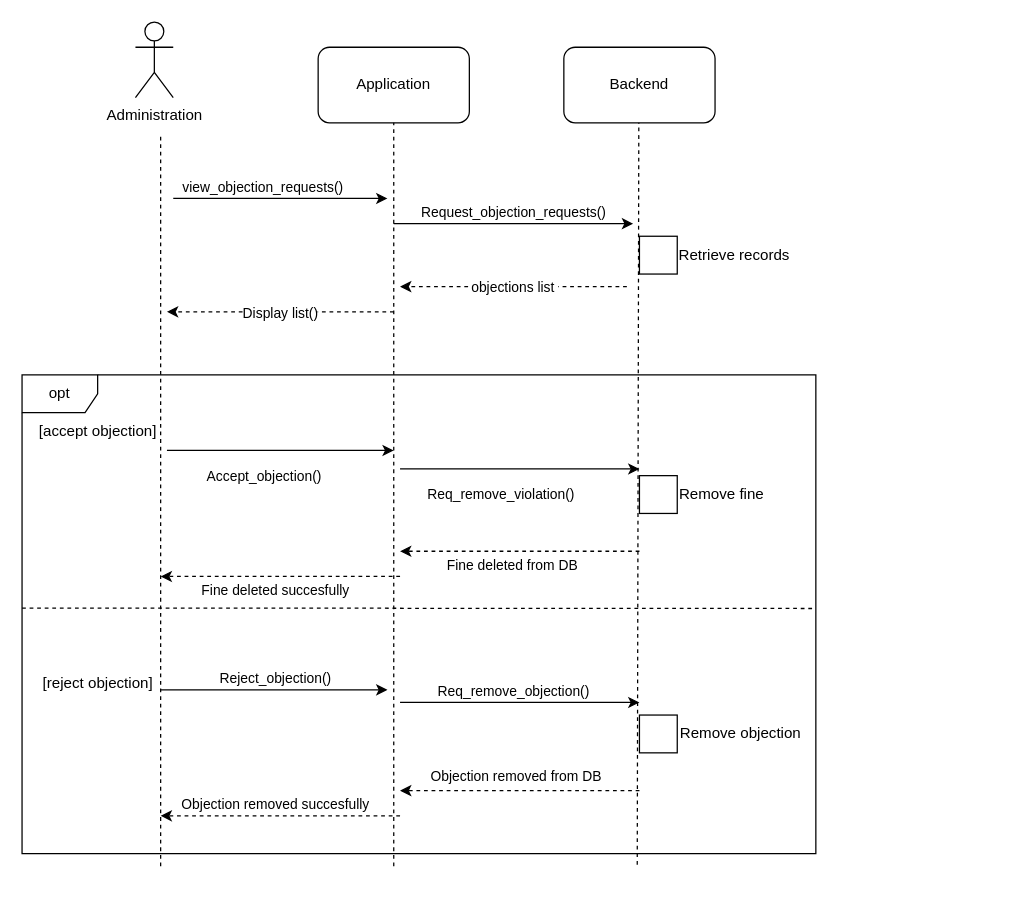
Before: page "Objection management" (6 of 7) of Untitled Diagram.drawio in sarraGhali/Drone-parking-system, a draw.io diagram. Source tidied: cells renumbered, new cells numbered last; positions are measured from the earlier drawing's top-left corner, leaving out a move shared by most shapes. Both pictures are drawn from the tidied source at 126%, with x=0, y=0 at pixel (21, 21).
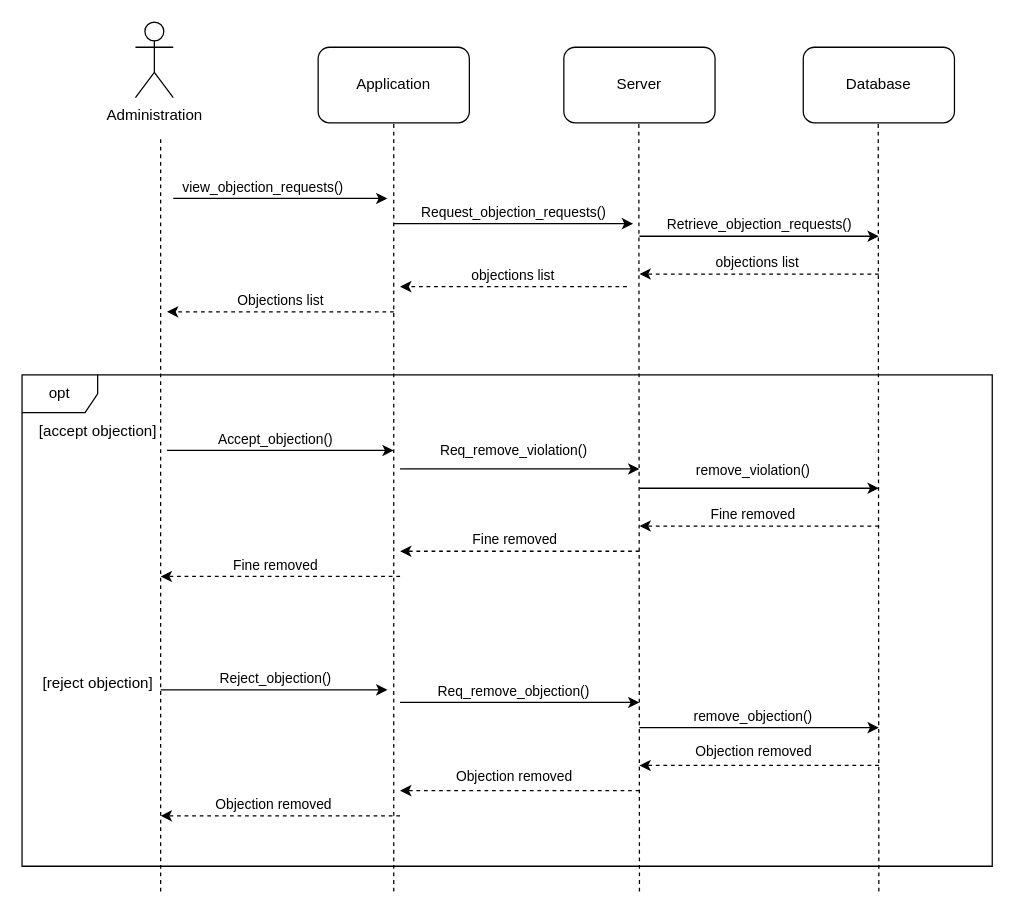
After the change.

Unchanged cells that the change refers to:
```xml
<mxCell id="14" style="endArrow=classic;html=1;rounded=0;dashed=1;" parent="1" edge="1">
  <mxGeometry relative="1" as="geometry">
    <mxPoint x="480" y="210" as="sourcePoint" />
    <mxPoint x="300" y="210" as="targetPoint" />
    <Array as="points">
      <mxPoint x="400" y="210" />
    </Array>
  </mxGeometry>
</mxCell>
<mxCell id="16" style="endArrow=classic;html=1;rounded=0;dashed=1;" parent="1" edge="1">
  <mxGeometry relative="1" as="geometry">
    <mxPoint x="295" y="230" as="sourcePoint" />
    <mxPoint x="115" y="230" as="targetPoint" />
    <Array as="points">
      <mxPoint x="205" y="230" />
    </Array>
  </mxGeometry>
</mxCell>
<mxCell id="22" style="endArrow=classic;html=1;rounded=0;" parent="1" edge="1">
  <mxGeometry relative="1" as="geometry">
    <mxPoint x="115" y="340" as="sourcePoint" />
    <mxPoint x="295" y="340" as="targetPoint" />
  </mxGeometry>
</mxCell>
<mxCell id="24" style="endArrow=classic;html=1;rounded=0;" parent="1" edge="1">
  <mxGeometry relative="1" as="geometry">
    <mxPoint x="300" y="354.7" as="sourcePoint" />
    <mxPoint x="490" y="354.7" as="targetPoint" />
  </mxGeometry>
</mxCell>
<mxCell id="28" style="endArrow=classic;html=1;rounded=0;dashed=1;" parent="1" edge="1">
  <mxGeometry relative="1" as="geometry">
    <mxPoint x="490" y="420" as="sourcePoint" />
    <mxPoint x="300" y="420" as="targetPoint" />
  </mxGeometry>
</mxCell>
<mxCell id="30" style="endArrow=classic;html=1;rounded=0;dashed=1;" parent="1" edge="1">
  <mxGeometry relative="1" as="geometry">
    <mxPoint x="300" y="440" as="sourcePoint" />
    <mxPoint x="110" y="440" as="targetPoint" />
  </mxGeometry>
</mxCell>
<mxCell id="39" style="endArrow=classic;html=1;rounded=0;dashed=1;" parent="1" edge="1">
  <mxGeometry relative="1" as="geometry">
    <mxPoint x="300" y="630" as="sourcePoint" />
    <mxPoint x="110" y="630" as="targetPoint" />
  </mxGeometry>
</mxCell>
```

What changed in the source:
```diff
@@
-    <mxCell id="3" value="Backend" style="rounded=1;whiteSpace=wrap;html=1;" parent="1" vertex="1">
+    <mxCell id="3" value="Server" style="rounded=1;whiteSpace=wrap;html=1;" parent="1" vertex="1">
       <mxGeometry x="430" y="20" width="120" height="60" as="geometry" />
     </mxCell>
     <mxCell id="4" style="endArrow=none;dashed=1;html=1;rounded=0;" parent="1" edge="1">
       <mxGeometry relative="1" as="geometry">
-        <mxPoint x="110" y="670" as="sourcePoint" />
+        <mxPoint x="110" y="690" as="sourcePoint" />
         <mxPoint x="110" y="90" as="targetPoint" />
       </mxGeometry>
     </mxCell>
@@
     <mxCell id="6" style="endArrow=none;dashed=1;html=1;rounded=0;" parent="1" edge="1">
       <mxGeometry relative="1" as="geometry">
-        <mxPoint x="295" y="670" as="sourcePoint" />
+        <mxPoint x="295" y="690" as="sourcePoint" />
         <mxPoint x="295" y="80" as="targetPoint" />
       </mxGeometry>
     </mxCell>
-    <mxCell id="7" style="endArrow=none;dashed=1;html=1;rounded=0;exitX=0.775;exitY=1.023;exitDx=0;exitDy=0;exitPerimeter=0;" parent="1" edge="1" source="18">
+    <mxCell id="7" style="endArrow=none;dashed=1;html=1;rounded=0;" parent="1" edge="1">
       <mxGeometry relative="1" as="geometry">
+        <mxPoint x="490" y="690" as="sourcePoint" />
         <mxPoint x="489.5" y="80" as="targetPoint" />
       </mxGeometry>
     </mxCell>
@@
-    <mxCell id="12" style="rounded=0;whiteSpace=wrap;html=1;fontSize=12;" parent="1" vertex="1">
-      <mxGeometry x="490" y="170" width="30" height="30" as="geometry" />
-    </mxCell>
-    <mxCell id="13" value="Retrieve records" style="text;html=1;align=center;verticalAlign=middle;strokeColor=none;fillColor=none;fontSize=12;" parent="1" vertex="1">
-      <mxGeometry x="510" y="170" width="110" height="30" as="geometry" />
-    </mxCell>
@@
     <mxCell id="15" value="objections list&amp;nbsp;" style="edgeLabel;html=1;align=center;verticalAlign=middle;" parent="14" vertex="1">
       <mxGeometry x="0.09" relative="1" as="geometry">
-        <mxPoint x="8" as="offset" />
+        <mxPoint x="8" y="-10" as="offset" />
       </mxGeometry>
     </mxCell>
@@
-    <mxCell id="17" value="Display list()" style="edgeLabel;html=1;align=center;verticalAlign=middle;" parent="16" vertex="1">
-      <mxGeometry x="0.01" relative="1" as="geometry" />
+    <mxCell id="17" value="Objections list" style="edgeLabel;html=1;align=center;verticalAlign=middle;" parent="16" vertex="1">
+      <mxGeometry x="0.01" relative="1" as="geometry">
+        <mxPoint y="-10" as="offset" />
+      </mxGeometry>
     </mxCell>
     <mxCell id="18" value="opt" style="shape=umlFrame;whiteSpace=wrap;html=1;fontSize=12;" parent="1" vertex="1">
-      <mxGeometry y="280" width="630" height="380" as="geometry" />
+      <mxGeometry y="280" width="770" height="390" as="geometry" />
     </mxCell>
-    <mxCell id="19" style="endArrow=none;dashed=1;html=1;rounded=0;exitX=0;exitY=0.487;exitDx=0;exitDy=0;exitPerimeter=0;entryX=1;entryY=0.488;entryDx=0;entryDy=0;entryPerimeter=0;" parent="1" edge="1" source="18" target="18">
-      <mxGeometry relative="1" as="geometry" />
-    </mxCell>
@@
     <mxCell id="23" value="Accept_objection()" style="edgeLabel;html=1;align=center;verticalAlign=middle;" parent="22" vertex="1">
       <mxGeometry x="-0.29" y="-2" relative="1" as="geometry">
-        <mxPoint x="12" y="18" as="offset" />
+        <mxPoint x="21" y="-12" as="offset" />
       </mxGeometry>
     </mxCell>
@@
     <mxCell id="25" value="Req_remove_violation()" style="edgeLabel;html=1;align=center;verticalAlign=middle;" parent="24" vertex="1">
       <mxGeometry x="-0.29" y="-2" relative="1" as="geometry">
-        <mxPoint x="12" y="18" as="offset" />
+        <mxPoint x="22" y="-17" as="offset" />
       </mxGeometry>
     </mxCell>
-    <mxCell id="26" style="rounded=0;whiteSpace=wrap;html=1;fontSize=12;" parent="1" vertex="1">
-      <mxGeometry x="490" y="360" width="30" height="30" as="geometry" />
-    </mxCell>
-    <mxCell id="27" value="Remove fine" style="text;html=1;align=center;verticalAlign=middle;strokeColor=none;fillColor=none;fontSize=12;" parent="1" vertex="1">
-      <mxGeometry x="510" y="360" width="90" height="30" as="geometry" />
-    </mxCell>
@@
-    <mxCell id="29" value="Fine deleted from DB" style="edgeLabel;html=1;align=center;verticalAlign=middle;" parent="28" vertex="1">
-      <mxGeometry x="0.07" relative="1" as="geometry">
-        <mxPoint y="10" as="offset" />
-      </mxGeometry>
-    </mxCell>
@@
-    <mxCell id="31" value="Fine deleted succesfully" style="edgeLabel;html=1;align=center;verticalAlign=middle;" parent="30" vertex="1">
-      <mxGeometry x="0.29" y="2" relative="1" as="geometry">
-        <mxPoint x="23" y="8" as="offset" />
-      </mxGeometry>
-    </mxCell>
@@
-    <mxCell id="36" style="rounded=0;whiteSpace=wrap;html=1;fontSize=12;" parent="1" vertex="1">
-      <mxGeometry x="490" y="550" width="30" height="30" as="geometry" />
-    </mxCell>
-    <mxCell id="37" value="Remove objection" style="text;html=1;align=center;verticalAlign=middle;strokeColor=none;fillColor=none;fontSize=12;" parent="1" vertex="1">
-      <mxGeometry x="510" y="550" width="120" height="30" as="geometry" />
-    </mxCell>
@@
-    <mxCell id="40" value="Objection removed succesfully" style="edgeLabel;html=1;align=center;verticalAlign=middle;" parent="39" vertex="1">
+    <mxCell id="40" value="Objection removed&amp;nbsp;" style="edgeLabel;html=1;align=center;verticalAlign=middle;" parent="39" vertex="1">
       <mxGeometry x="0.29" y="2" relative="1" as="geometry">
         <mxPoint x="23" y="-12" as="offset" />
       </mxGeometry>
     </mxCell>
-    <mxCell id="41" value="Objection removed from DB" style="edgeLabel;html=1;align=center;verticalAlign=middle;" parent="1" vertex="1">
+    <mxCell id="41" value="Objection removed&amp;nbsp;" style="edgeLabel;html=1;align=center;verticalAlign=middle;" parent="1" vertex="1">
       <mxGeometry x="390" y="630" as="geometry">
         <mxPoint x="1" y="-32" as="offset" />
       </mxGeometry>
     </mxCell>
+    <mxCell id="42" value="Database" style="rounded=1;whiteSpace=wrap;html=1;" parent="1" vertex="1">
+      <mxGeometry x="620" y="20" width="120" height="60" as="geometry" />
+    </mxCell>
+    <mxCell id="43" style="endArrow=none;dashed=1;html=1;rounded=0;" parent="1" edge="1">
+      <mxGeometry relative="1" as="geometry">
+        <mxPoint x="680" y="690" as="sourcePoint" />
+        <mxPoint x="679.5" y="80" as="targetPoint" />
+      </mxGeometry>
+    </mxCell>
+    <mxCell id="44" style="endArrow=classic;html=1;rounded=0;" parent="1" edge="1">
+      <mxGeometry relative="1" as="geometry">
+        <mxPoint x="490" y="170" as="sourcePoint" />
+        <mxPoint x="680" y="170" as="targetPoint" />
+      </mxGeometry>
+    </mxCell>
+    <mxCell id="45" value="Retrieve_objection_requests()" style="edgeLabel;html=1;align=center;verticalAlign=middle;" parent="44" vertex="1">
+      <mxGeometry x="-0.27" y="1" relative="1" as="geometry">
+        <mxPoint x="25" y="-9" as="offset" />
+      </mxGeometry>
+    </mxCell>
+    <mxCell id="46" style="endArrow=classic;html=1;rounded=0;dashed=1;" parent="1" edge="1">
+      <mxGeometry relative="1" as="geometry">
+        <mxPoint x="680" y="200" as="sourcePoint" />
+        <mxPoint x="490" y="200" as="targetPoint" />
+        <Array as="points">
+          <mxPoint x="600" y="200" />
+        </Array>
+      </mxGeometry>
+    </mxCell>
+    <mxCell id="47" value="objections list&amp;nbsp;" style="edgeLabel;html=1;align=center;verticalAlign=middle;" parent="46" vertex="1">
+      <mxGeometry x="0.09" relative="1" as="geometry">
+        <mxPoint x="8" y="-10" as="offset" />
+      </mxGeometry>
+    </mxCell>
+    <mxCell id="48" style="endArrow=classic;html=1;rounded=0;" parent="1" edge="1">
+      <mxGeometry relative="1" as="geometry">
+        <mxPoint x="490" y="370" as="sourcePoint" />
+        <mxPoint x="680" y="370" as="targetPoint" />
+      </mxGeometry>
+    </mxCell>
+    <mxCell id="49" value="remove_violation()" style="edgeLabel;html=1;align=center;verticalAlign=middle;" parent="48" vertex="1">
+      <mxGeometry x="-0.29" y="-2" relative="1" as="geometry">
+        <mxPoint x="22" y="-17" as="offset" />
+      </mxGeometry>
+    </mxCell>
+    <mxCell id="50" style="endArrow=classic;html=1;rounded=0;dashed=1;" parent="1" edge="1">
+      <mxGeometry relative="1" as="geometry">
+        <mxPoint x="680" y="400" as="sourcePoint" />
+        <mxPoint x="490" y="400" as="targetPoint" />
+      </mxGeometry>
+    </mxCell>
+    <mxCell id="51" value="Fine removed" style="edgeLabel;html=1;align=center;verticalAlign=middle;" parent="50" vertex="1">
+      <mxGeometry x="0.07" relative="1" as="geometry">
+        <mxPoint x="1" y="-10" as="offset" />
+      </mxGeometry>
+    </mxCell>
+    <mxCell id="52" value="Fine removed" style="edgeLabel;html=1;align=center;verticalAlign=middle;" parent="1" vertex="1">
+      <mxGeometry x="200" y="430" as="geometry" />
+    </mxCell>
+    <mxCell id="53" value="Fine removed" style="edgeLabel;html=1;align=center;verticalAlign=middle;" parent="1" vertex="1">
+      <mxGeometry x="390" y="410" as="geometry" />
+    </mxCell>
+    <mxCell id="54" style="endArrow=classic;html=1;rounded=0;" parent="1" edge="1">
+      <mxGeometry relative="1" as="geometry">
+        <mxPoint x="490" y="560" as="sourcePoint" />
+        <mxPoint x="680" y="560" as="targetPoint" />
+      </mxGeometry>
+    </mxCell>
+    <mxCell id="55" value="remove_objection()" style="edgeLabel;html=1;align=center;verticalAlign=middle;" parent="54" vertex="1">
+      <mxGeometry x="-0.29" y="-2" relative="1" as="geometry">
+        <mxPoint x="22" y="-12" as="offset" />
+      </mxGeometry>
+    </mxCell>
+    <mxCell id="56" style="endArrow=classic;html=1;rounded=0;dashed=1;" parent="1" edge="1">
+      <mxGeometry relative="1" as="geometry">
+        <mxPoint x="680" y="590" as="sourcePoint" />
+        <mxPoint x="490" y="590" as="targetPoint" />
+      </mxGeometry>
+    </mxCell>
+    <mxCell id="57" value="Objection removed&amp;nbsp;" style="edgeLabel;html=1;align=center;verticalAlign=middle;" parent="1" vertex="1">
+      <mxGeometry x="580" y="610" as="geometry">
+        <mxPoint x="1" y="-32" as="offset" />
+      </mxGeometry>
+    </mxCell>
```
